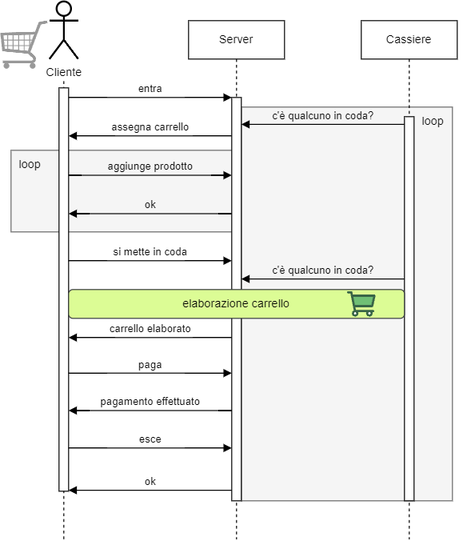
davide-dipierro/Progetto-Laboratorio-di-Sistemi-Operativi keeps this draw.io diagram as Documentazione/images/flusso.png. Above is the earlier version. Source tidied: cells renumbered, new cells last; positions are measured from the earlier drawing's top-left corner, leaving out a move shared by most shapes.
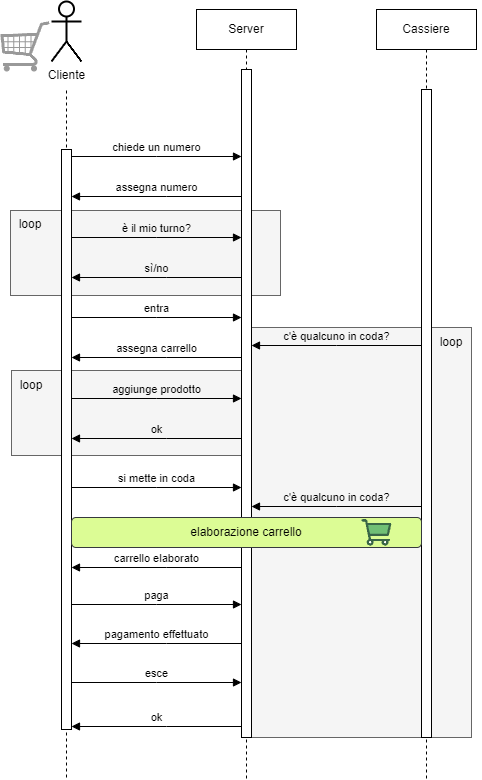
Later version of the same file.

Diff of the diagram source:
```diff
@@ -2,154 +2,198 @@
   <root>
     <mxCell id="0" />
     <mxCell id="1" parent="0" />
+    <mxCell id="28" style="rounded=0;whiteSpace=wrap;html=1;fillColor=#f5f5f5;fontColor=#333333;strokeColor=#666666;" parent="1" vertex="1">
+      <mxGeometry x="10" y="71" width="270" height="85" as="geometry" />
+    </mxCell>
+    <mxCell id="29" value="loop" style="text;html=1;strokeColor=none;fillColor=none;align=center;verticalAlign=middle;whiteSpace=wrap;rounded=0;" parent="1" vertex="1">
+      <mxGeometry y="70" width="60" height="30" as="geometry" />
+    </mxCell>
     <mxCell id="2" style="rounded=0;whiteSpace=wrap;html=1;fillColor=#f5f5f5;fontColor=#333333;strokeColor=#666666;" parent="1" vertex="1">
-      <mxGeometry x="11" y="155" width="270" height="85" as="geometry" />
+      <mxGeometry x="11" y="231" width="270" height="85" as="geometry" />
     </mxCell>
     <mxCell id="3" style="rounded=0;whiteSpace=wrap;html=1;fillColor=#f5f5f5;fontColor=#333333;strokeColor=#666666;" parent="1" vertex="1">
-      <mxGeometry x="251" y="110" width="220" height="410" as="geometry" />
+      <mxGeometry x="251" y="188" width="220" height="410" as="geometry" />
     </mxCell>
     <mxCell id="4" style="endArrow=none;dashed=1;html=1;rounded=0;" parent="1" edge="1">
       <mxGeometry relative="1" as="geometry">
-        <mxPoint x="66" y="560" as="sourcePoint" />
-        <mxPoint x="66" y="80" as="targetPoint" />
+        <mxPoint x="66" y="638" as="sourcePoint" />
+        <mxPoint x="66" y="-50" as="targetPoint" />
       </mxGeometry>
     </mxCell>
     <mxCell id="5" value="Server" style="shape=umlLifeline;perimeter=lifelinePerimeter;whiteSpace=wrap;html=1;newEdgeStyle={&quot;edgeStyle&quot;:&quot;elbowEdgeStyle&quot;,&quot;elbow&quot;:&quot;vertical&quot;,&quot;curved&quot;:0,&quot;rounded&quot;:0};" parent="1" vertex="1">
-      <mxGeometry x="196" y="20" width="100" height="540" as="geometry" />
+      <mxGeometry x="196" y="-130" width="100" height="770" as="geometry" />
     </mxCell>
-    <mxCell id="6" value="entra" style="html=1;verticalAlign=bottom;endArrow=block;edgeStyle=elbowEdgeStyle;elbow=vertical;curved=0;rounded=0;" parent="1" edge="1" source="12" target="13">
+    <mxCell id="6" value="entra" style="html=1;verticalAlign=bottom;endArrow=block;edgeStyle=elbowEdgeStyle;elbow=vertical;curved=0;rounded=0;" parent="1" edge="1" target="13">
       <mxGeometry relative="1" as="geometry">
+        <mxPoint x="71" y="178" as="sourcePoint" />
         <Array as="points">
-          <mxPoint x="156" y="100" />
+          <mxPoint x="156" y="178" />
         </Array>
       </mxGeometry>
     </mxCell>
-    <mxCell id="7" value="assegna carrello" style="html=1;verticalAlign=bottom;endArrow=block;edgeStyle=elbowEdgeStyle;elbow=vertical;curved=0;rounded=0;" parent="1" edge="1" source="13" target="12">
+    <mxCell id="7" value="assegna carrello" style="html=1;verticalAlign=bottom;endArrow=block;edgeStyle=elbowEdgeStyle;elbow=vertical;curved=0;rounded=0;" parent="1" edge="1" source="13">
       <mxGeometry relative="1" as="geometry">
+        <mxPoint x="71" y="218" as="targetPoint" />
         <Array as="points">
-          <mxPoint x="166" y="140" />
+          <mxPoint x="166" y="218" />
         </Array>
       </mxGeometry>
     </mxCell>
     <mxCell id="8" value="Cliente" style="shape=umlActor;verticalLabelPosition=bottom;verticalAlign=top;html=1;strokeWidth=2;" parent="1" vertex="1">
-      <mxGeometry x="51" width="30" height="60" as="geometry" />
+      <mxGeometry x="51" y="-138" width="30" height="60" as="geometry" />
     </mxCell>
     <mxCell id="9" value="aggiunge prodotto" style="html=1;verticalAlign=bottom;endArrow=block;edgeStyle=elbowEdgeStyle;elbow=vertical;curved=0;rounded=0;labelBackgroundColor=none;" parent="1" edge="1">
       <mxGeometry relative="1" as="geometry">
-        <mxPoint x="71" y="181" as="sourcePoint" />
-        <mxPoint x="241" y="181" as="targetPoint" />
+        <mxPoint x="71" y="259" as="sourcePoint" />
+        <mxPoint x="241" y="259" as="targetPoint" />
         <Array as="points">
-          <mxPoint x="156" y="181" />
+          <mxPoint x="156" y="259" />
         </Array>
       </mxGeometry>
     </mxCell>
     <mxCell id="10" value="ok" style="html=1;verticalAlign=bottom;endArrow=block;edgeStyle=elbowEdgeStyle;elbow=vertical;curved=0;rounded=0;labelBackgroundColor=none;" parent="1" edge="1">
       <mxGeometry relative="1" as="geometry">
-        <mxPoint x="241" y="221" as="sourcePoint" />
-        <mxPoint x="71" y="221" as="targetPoint" />
+        <mxPoint x="241" y="299" as="sourcePoint" />
+        <mxPoint x="71" y="299" as="targetPoint" />
         <Array as="points">
-          <mxPoint x="166" y="221" />
+          <mxPoint x="166" y="299" />
         </Array>
       </mxGeometry>
     </mxCell>
     <mxCell id="11" value="loop" style="text;html=1;strokeColor=none;fillColor=none;align=center;verticalAlign=middle;whiteSpace=wrap;rounded=0;" parent="1" vertex="1">
-      <mxGeometry x="1" y="155" width="60" height="30" as="geometry" />
+      <mxGeometry x="1" y="231" width="60" height="30" as="geometry" />
     </mxCell>
     <mxCell id="12" style="html=1;points=[];perimeter=orthogonalPerimeter;outlineConnect=0;targetShapes=umlLifeline;portConstraint=eastwest;newEdgeStyle={&quot;edgeStyle&quot;:&quot;elbowEdgeStyle&quot;,&quot;elbow&quot;:&quot;vertical&quot;,&quot;curved&quot;:0,&quot;rounded&quot;:0};" parent="1" vertex="1">
-      <mxGeometry x="61" y="90" width="10" height="420" as="geometry" />
+      <mxGeometry x="61" y="10" width="10" height="580" as="geometry" />
     </mxCell>
     <mxCell id="13" style="html=1;points=[];perimeter=orthogonalPerimeter;outlineConnect=0;targetShapes=umlLifeline;portConstraint=eastwest;newEdgeStyle={&quot;edgeStyle&quot;:&quot;elbowEdgeStyle&quot;,&quot;elbow&quot;:&quot;vertical&quot;,&quot;curved&quot;:0,&quot;rounded&quot;:0};" parent="1" vertex="1">
-      <mxGeometry x="241" y="100" width="10" height="420" as="geometry" />
+      <mxGeometry x="241" y="-70" width="10" height="668" as="geometry" />
     </mxCell>
     <mxCell id="14" value="si mette in coda" style="html=1;verticalAlign=bottom;endArrow=block;edgeStyle=elbowEdgeStyle;elbow=vertical;curved=0;rounded=0;labelBackgroundColor=none;" parent="1" edge="1">
       <mxGeometry relative="1" as="geometry">
-        <mxPoint x="71" y="270" as="sourcePoint" />
-        <mxPoint x="241" y="270" as="targetPoint" />
+        <mxPoint x="71" y="348" as="sourcePoint" />
+        <mxPoint x="241" y="348" as="targetPoint" />
         <Array as="points">
-          <mxPoint x="156" y="270" />
+          <mxPoint x="156" y="348" />
         </Array>
       </mxGeometry>
     </mxCell>
     <mxCell id="15" value="Cassiere" style="shape=umlLifeline;perimeter=lifelinePerimeter;whiteSpace=wrap;html=1;newEdgeStyle={&quot;edgeStyle&quot;:&quot;elbowEdgeStyle&quot;,&quot;elbow&quot;:&quot;vertical&quot;,&quot;curved&quot;:0,&quot;rounded&quot;:0};" parent="1" vertex="1">
-      <mxGeometry x="376" y="20" width="100" height="540" as="geometry" />
+      <mxGeometry x="376" y="-130" width="100" height="770" as="geometry" />
     </mxCell>
     <mxCell id="16" style="html=1;perimeter=orthogonalPerimeter;targetShapes=umlLifeline;newEdgeStyle={&quot;edgeStyle&quot;:&quot;elbowEdgeStyle&quot;,&quot;elbow&quot;:&quot;vertical&quot;,&quot;curved&quot;:0,&quot;rounded&quot;:0};" parent="1" vertex="1">
-      <mxGeometry x="421" y="120" width="10" height="400" as="geometry" />
+      <mxGeometry x="421" y="-50" width="10" height="648" as="geometry" />
     </mxCell>
     <mxCell id="17" value="c'è qualcuno in coda?" style="html=1;verticalAlign=bottom;endArrow=none;edgeStyle=elbowEdgeStyle;elbow=vertical;curved=0;rounded=0;labelBackgroundColor=none;startArrow=block;startFill=1;endFill=0;" parent="1" edge="1">
       <mxGeometry relative="1" as="geometry">
-        <mxPoint x="251" y="128" as="sourcePoint" />
-        <mxPoint x="421" y="128" as="targetPoint" />
+        <mxPoint x="251" y="206" as="sourcePoint" />
+        <mxPoint x="421" y="206" as="targetPoint" />
         <Array as="points">
-          <mxPoint x="336" y="128" />
+          <mxPoint x="336" y="206" />
         </Array>
       </mxGeometry>
     </mxCell>
     <mxCell id="18" value="c'è qualcuno in coda?" style="html=1;verticalAlign=bottom;endArrow=none;edgeStyle=elbowEdgeStyle;elbow=vertical;curved=0;rounded=0;labelBackgroundColor=none;startArrow=block;startFill=1;endFill=0;" parent="1" edge="1">
       <mxGeometry relative="1" as="geometry">
-        <mxPoint x="251" y="289" as="sourcePoint" />
-        <mxPoint x="421" y="289" as="targetPoint" />
+        <mxPoint x="251" y="367" as="sourcePoint" />
+        <mxPoint x="421" y="367" as="targetPoint" />
         <Array as="points">
-          <mxPoint x="336" y="289" />
+          <mxPoint x="336" y="367" />
         </Array>
       </mxGeometry>
     </mxCell>
     <mxCell id="19" value="loop" style="text;html=1;strokeColor=none;fillColor=none;align=center;verticalAlign=middle;whiteSpace=wrap;rounded=0;" parent="1" vertex="1">
-      <mxGeometry x="421" y="110" width="60" height="30" as="geometry" />
+      <mxGeometry x="421" y="188" width="60" height="30" as="geometry" />
     </mxCell>
     <mxCell id="20" value="elaborazione carrello" style="rounded=1;whiteSpace=wrap;html=1;fillColor=#DCFC95;strokeColor=#36393d;" parent="1" vertex="1">
-      <mxGeometry x="71" y="300" width="350" height="30" as="geometry" />
+      <mxGeometry x="71" y="378" width="350" height="30" as="geometry" />
     </mxCell>
     <mxCell id="21" value="carrello elaborato" style="html=1;verticalAlign=bottom;endArrow=block;edgeStyle=elbowEdgeStyle;elbow=vertical;curved=0;rounded=0;labelBackgroundColor=none;" parent="1" edge="1">
       <mxGeometry relative="1" as="geometry">
-        <mxPoint x="241" y="350" as="sourcePoint" />
-        <mxPoint x="71" y="350" as="targetPoint" />
+        <mxPoint x="241" y="428" as="sourcePoint" />
+        <mxPoint x="71" y="428" as="targetPoint" />
         <Array as="points">
-          <mxPoint x="166" y="350" />
+          <mxPoint x="166" y="428" />
         </Array>
       </mxGeometry>
     </mxCell>
     <mxCell id="22" value="paga" style="html=1;verticalAlign=bottom;endArrow=block;edgeStyle=elbowEdgeStyle;elbow=vertical;curved=0;rounded=0;labelBackgroundColor=none;" parent="1" edge="1">
       <mxGeometry relative="1" as="geometry">
-        <mxPoint x="71" y="387" as="sourcePoint" />
-        <mxPoint x="241" y="387" as="targetPoint" />
+        <mxPoint x="71" y="465" as="sourcePoint" />
+        <mxPoint x="241" y="465" as="targetPoint" />
         <Array as="points">
-          <mxPoint x="156" y="387" />
+          <mxPoint x="156" y="465" />
         </Array>
       </mxGeometry>
     </mxCell>
     <mxCell id="23" value="pagamento effettuato" style="html=1;verticalAlign=bottom;endArrow=block;edgeStyle=elbowEdgeStyle;elbow=vertical;curved=0;rounded=0;labelBackgroundColor=none;" parent="1" edge="1">
       <mxGeometry relative="1" as="geometry">
-        <mxPoint x="241" y="426" as="sourcePoint" />
-        <mxPoint x="71" y="426" as="targetPoint" />
+        <mxPoint x="241" y="504" as="sourcePoint" />
+        <mxPoint x="71" y="504" as="targetPoint" />
         <Array as="points">
-          <mxPoint x="166" y="426" />
+          <mxPoint x="166" y="504" />
         </Array>
       </mxGeometry>
     </mxCell>
     <mxCell id="24" value="esce" style="html=1;verticalAlign=bottom;endArrow=block;edgeStyle=elbowEdgeStyle;elbow=vertical;curved=0;rounded=0;labelBackgroundColor=none;" parent="1" edge="1">
       <mxGeometry relative="1" as="geometry">
-        <mxPoint x="71" y="465" as="sourcePoint" />
-        <mxPoint x="241" y="465" as="targetPoint" />
+        <mxPoint x="71" y="543" as="sourcePoint" />
+        <mxPoint x="241" y="543" as="targetPoint" />
         <Array as="points">
-          <mxPoint x="156" y="465" />
+          <mxPoint x="156" y="543" />
         </Array>
       </mxGeometry>
     </mxCell>
     <mxCell id="25" value="ok" style="html=1;verticalAlign=bottom;endArrow=block;edgeStyle=elbowEdgeStyle;elbow=vertical;curved=0;rounded=0;labelBackgroundColor=none;" parent="1" edge="1">
       <mxGeometry relative="1" as="geometry">
-        <mxPoint x="241" y="509" as="sourcePoint" />
-        <mxPoint x="71" y="509" as="targetPoint" />
+        <mxPoint x="241" y="587" as="sourcePoint" />
+        <mxPoint x="71" y="587" as="targetPoint" />
         <Array as="points">
-          <mxPoint x="166" y="509" />
+          <mxPoint x="166" y="587" />
         </Array>
       </mxGeometry>
     </mxCell>
     <mxCell id="26" style="verticalLabelPosition=bottom;html=1;shape=mxgraph.salesforce.commerce;fillColor=default;strokeColor=#666666;fontColor=#333333;" parent="1" vertex="1">
-      <mxGeometry x="361" y="301.8" width="30" height="26.4" as="geometry" />
+      <mxGeometry x="361" y="379.8" width="30" height="26.4" as="geometry" />
     </mxCell>
     <mxCell id="27" style="verticalLabelPosition=bottom;shadow=0;dashed=0;align=center;html=1;verticalAlign=top;strokeWidth=0.5;shape=mxgraph.mockup.misc.shoppingCart;strokeColor=#999999;" parent="1" vertex="1">
-      <mxGeometry y="20" width="50" height="50" as="geometry" />
+      <mxGeometry y="-118" width="50" height="50" as="geometry" />
     </mxCell>
+    <mxCell id="30" value="chiede un numero" style="html=1;verticalAlign=bottom;endArrow=block;edgeStyle=elbowEdgeStyle;elbow=vertical;curved=0;rounded=0;" parent="1" edge="1">
+      <mxGeometry relative="1" as="geometry">
+        <mxPoint x="71" y="17" as="sourcePoint" />
+        <mxPoint x="241" y="17" as="targetPoint" />
+        <Array as="points">
+          <mxPoint x="156" y="17" />
+        </Array>
+      </mxGeometry>
+    </mxCell>
+    <mxCell id="31" value="assegna numero" style="html=1;verticalAlign=bottom;endArrow=block;edgeStyle=elbowEdgeStyle;elbow=vertical;curved=0;rounded=0;" parent="1" edge="1">
+      <mxGeometry relative="1" as="geometry">
+        <mxPoint x="241" y="57" as="sourcePoint" />
+        <mxPoint x="71" y="57" as="targetPoint" />
+        <Array as="points">
+          <mxPoint x="166" y="57" />
+        </Array>
+      </mxGeometry>
+    </mxCell>
+    <mxCell id="32" value="è il mio turno?" style="html=1;verticalAlign=bottom;endArrow=block;edgeStyle=elbowEdgeStyle;elbow=vertical;curved=0;rounded=0;labelBackgroundColor=none;" parent="1" edge="1">
+      <mxGeometry relative="1" as="geometry">
+        <mxPoint x="71" y="98" as="sourcePoint" />
+        <mxPoint x="241" y="98" as="targetPoint" />
+        <Array as="points">
+          <mxPoint x="156" y="98" />
+        </Array>
+      </mxGeometry>
+    </mxCell>
+    <mxCell id="33" value="sì/no" style="html=1;verticalAlign=bottom;endArrow=block;edgeStyle=elbowEdgeStyle;elbow=vertical;curved=0;rounded=0;labelBackgroundColor=none;" parent="1" edge="1">
+      <mxGeometry relative="1" as="geometry">
+        <mxPoint x="241" y="138" as="sourcePoint" />
+        <mxPoint x="71" y="138" as="targetPoint" />
+        <Array as="points">
+          <mxPoint x="166" y="138" />
+        </Array>
+      </mxGeometry>
+    </mxCell>
   </root>
 </mxGraphModel>
```
